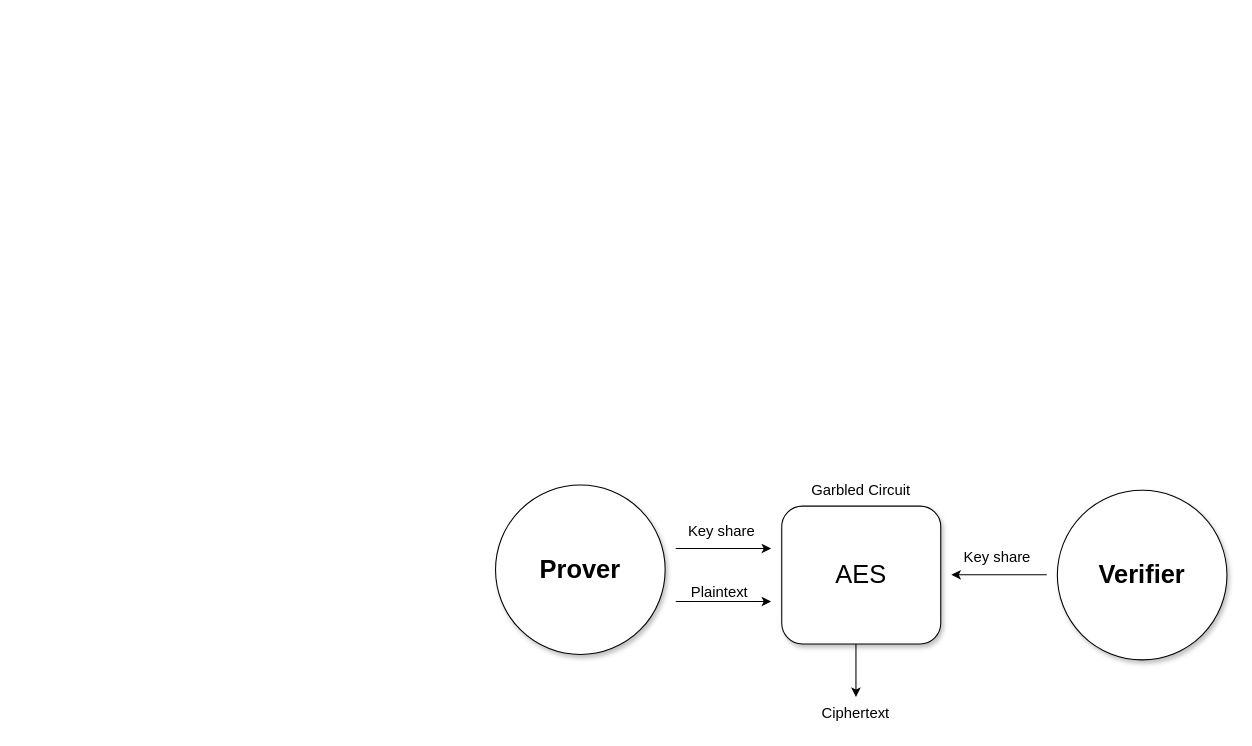
Earlier version of the draw.io diagram page "AES" (3 of 4) of blogs/202309/diagrams.drawio (tlsnotary/docs-mdbook). Source tidied: cells renumbered, new cells numbered last; positions are measured from the earlier drawing's top-left corner, leaving out a move shared by most shapes. Both pictures are drawn from the tidied source at 106%, with x=0, y=0 at pixel (495, 474).
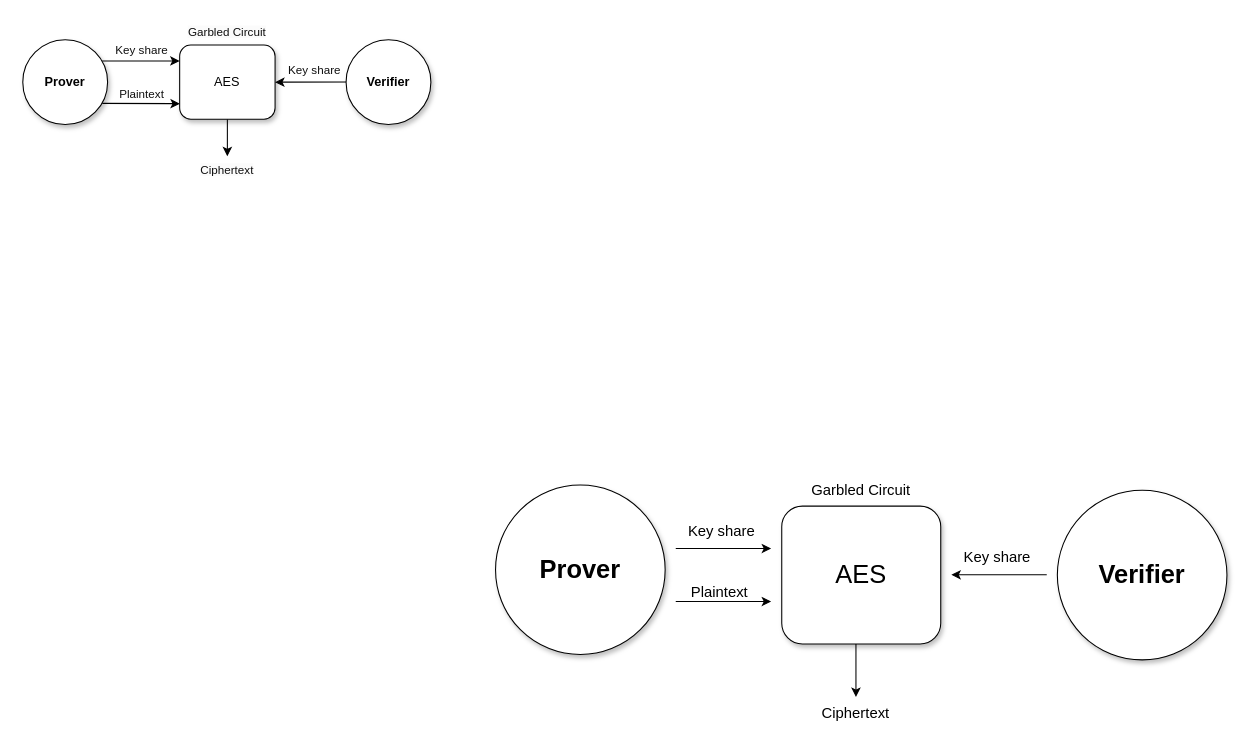
The same page after the edit.

Change to the diagram source:
```diff
@@
+    <mxCell id="14" style="html=1;fontSize=12;rounded=0;entryX=0.013;entryY=0.284;entryDx=0;entryDy=0;entryPerimeter=0;" parent="1" edge="1">
+      <mxGeometry relative="1" as="geometry">
+        <mxPoint x="-371.2" y="-389.9" as="sourcePoint" />
+        <mxPoint x="-298" y="-390" as="targetPoint" />
+      </mxGeometry>
+    </mxCell>
+    <mxCell id="15" value="&lt;font color=&quot;#0f0f0f&quot; style=&quot;font-size: 11px;&quot;&gt;Key share&lt;/font&gt;" style="edgeLabel;html=1;align=center;verticalAlign=middle;fontSize=11;fontColor=#f0f0f0;labelBackgroundColor=none;" parent="14" vertex="1">
+      <mxGeometry relative="1" as="geometry">
+        <mxPoint y="-11" as="offset" />
+      </mxGeometry>
+    </mxCell>
+    <mxCell id="16" style="rounded=0;html=1;exitX=0.5;exitY=1;exitDx=0;exitDy=0;fontSize=12;" parent="1" edge="1" source="20">
+      <mxGeometry relative="1" as="geometry">
+        <mxPoint x="-253" y="-300" as="targetPoint" />
+      </mxGeometry>
+    </mxCell>
+    <mxCell id="17" style="html=1;fontSize=12;rounded=0;entryX=0.013;entryY=0.718;entryDx=0;entryDy=0;entryPerimeter=0;" parent="1" edge="1">
+      <mxGeometry relative="1" as="geometry">
+        <mxPoint x="-371" y="-350" as="sourcePoint" />
+        <mxPoint x="-297.8" y="-349.7" as="targetPoint" />
+      </mxGeometry>
+    </mxCell>
+    <mxCell id="18" value="&lt;font color=&quot;#0f0f0f&quot; style=&quot;font-size: 11px;&quot;&gt;Plaintext&lt;/font&gt;" style="edgeLabel;html=1;align=center;verticalAlign=middle;fontSize=11;fontColor=#f0f0f0;labelBackgroundColor=none;" parent="17" vertex="1">
+      <mxGeometry relative="1" as="geometry">
+        <mxPoint y="-10" as="offset" />
+      </mxGeometry>
+    </mxCell>
+    <mxCell id="19" value="Prover" style="ellipse;whiteSpace=wrap;html=1;shadow=1;fontStyle=1;" parent="1" vertex="1">
+      <mxGeometry x="-446" y="-410" width="80" height="80" as="geometry" />
+    </mxCell>
+    <mxCell id="20" value="&lt;font style=&quot;font-size: 12px;&quot;&gt;AES&lt;/font&gt;" style="rounded=1;whiteSpace=wrap;html=1;fontSize=10;shadow=1;" parent="1" vertex="1">
+      <mxGeometry x="-298" y="-405" width="90" height="70" as="geometry" />
+    </mxCell>
+    <mxCell id="21" style="html=1;fontSize=12;rounded=0;entryX=0.013;entryY=0.284;entryDx=0;entryDy=0;entryPerimeter=0;startArrow=classic;startFill=1;endArrow=none;endFill=0;" parent="1" edge="1">
+      <mxGeometry relative="1" as="geometry">
+        <mxPoint x="-208" y="-370" as="sourcePoint" />
+        <mxPoint x="-134.8" y="-370.1" as="targetPoint" />
+      </mxGeometry>
+    </mxCell>
+    <mxCell id="22" value="&lt;font color=&quot;#0f0f0f&quot; style=&quot;font-size: 11px;&quot;&gt;Key share&lt;/font&gt;" style="edgeLabel;html=1;align=center;verticalAlign=middle;fontSize=11;fontColor=#f0f0f0;labelBackgroundColor=none;" parent="21" vertex="1">
+      <mxGeometry relative="1" as="geometry">
+        <mxPoint y="-11" as="offset" />
+      </mxGeometry>
+    </mxCell>
+    <mxCell id="23" value="Verifier" style="ellipse;whiteSpace=wrap;html=1;shadow=1;fontStyle=1;" parent="1" vertex="1">
+      <mxGeometry x="-141" y="-410" width="80" height="80" as="geometry" />
+    </mxCell>
+    <mxCell id="24" value="&lt;span style=&quot;color: rgb(15, 15, 15); font-family: Helvetica; font-size: 11px; font-style: normal; font-variant-ligatures: normal; font-variant-caps: normal; font-weight: 400; letter-spacing: normal; orphans: 2; text-indent: 0px; text-transform: none; widows: 2; word-spacing: 0px; -webkit-text-stroke-width: 0px; background-color: rgb(251, 251, 251); text-decoration-thickness: initial; text-decoration-style: initial; text-decoration-color: initial; float: none; display: inline !important;&quot;&gt;Ciphertext&lt;/span&gt;" style="text;whiteSpace=wrap;html=1;fontSize=11;fontColor=#0f0f0f;align=center;" parent="1" vertex="1">
+      <mxGeometry x="-283" y="-300" width="60" height="20" as="geometry" />
+    </mxCell>
+    <mxCell id="25" value="&lt;span style=&quot;color: rgb(15, 15, 15); font-family: Helvetica; font-size: 11px; font-style: normal; font-variant-ligatures: normal; font-variant-caps: normal; font-weight: 400; letter-spacing: normal; orphans: 2; text-indent: 0px; text-transform: none; widows: 2; word-spacing: 0px; -webkit-text-stroke-width: 0px; background-color: rgb(251, 251, 251); text-decoration-thickness: initial; text-decoration-style: initial; text-decoration-color: initial; float: none; display: inline !important;&quot;&gt;Garbled Circuit&lt;/span&gt;" style="text;whiteSpace=wrap;html=1;fontSize=11;fontColor=#0f0f0f;align=center;" parent="1" vertex="1">
+      <mxGeometry x="-293" y="-430" width="80" height="20" as="geometry" />
+    </mxCell>
```
